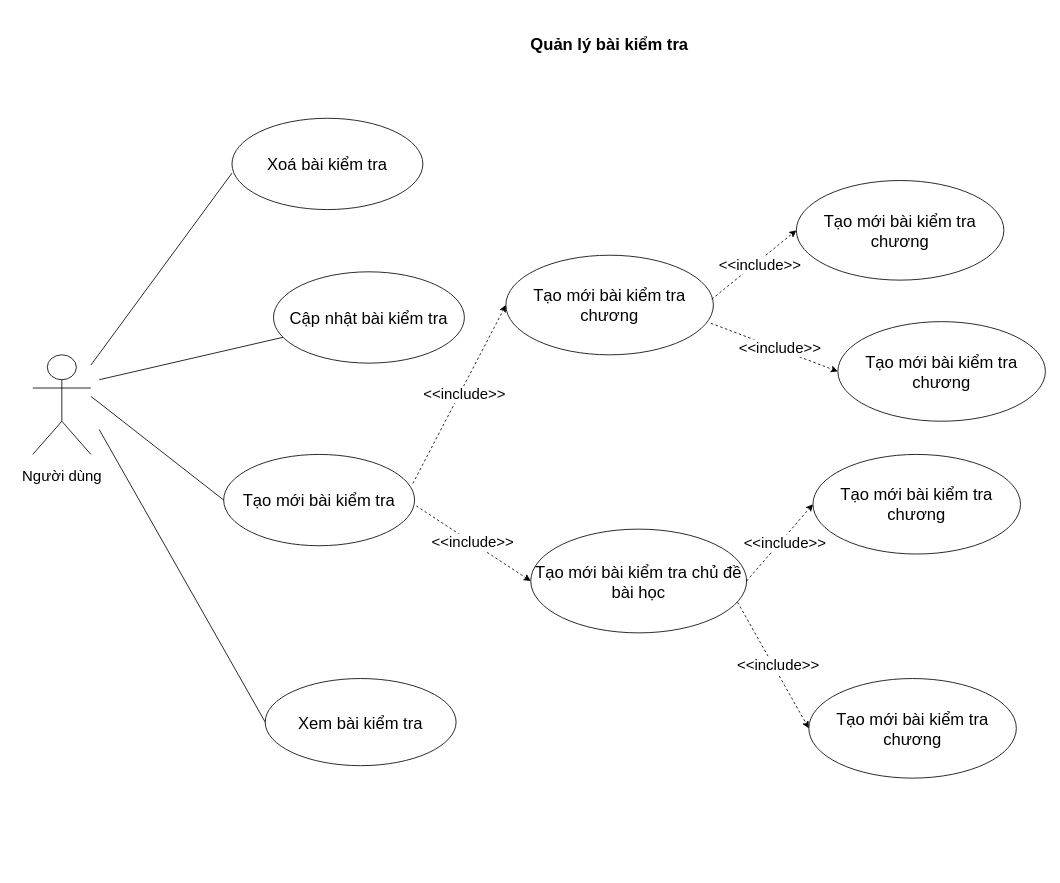
This is page "Use case test" (3 of 4) of src/Untitled Diagram.drawio from Thuong911/vietStudy, a draw.io file, before an edit. Source tidied: cells renumbered, new cells numbered last; positions are measured from the earlier drawing's top-left corner, leaving out a move shared by most shapes. Both pictures are drawn from the tidied source at 83%, with x=0, y=0 at pixel (32, 14).
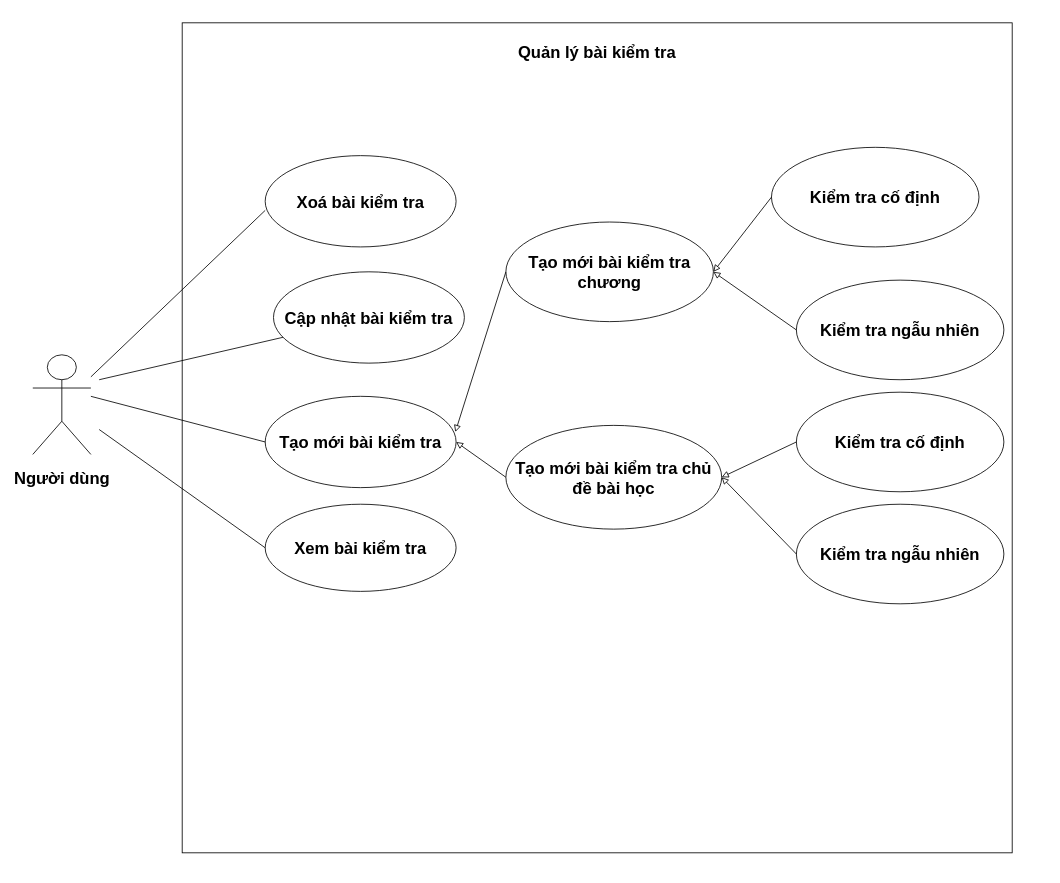
The same page after the edit.

What changed in the source:
```diff
@@
-    <mxCell id="2" value="&lt;h2 style=&quot;font-size: 20px&quot;&gt;Quản lý bài kiểm tra&lt;/h2&gt;" style="whiteSpace=wrap;html=1;rounded=0;shadow=0;sketch=0;verticalAlign=top;fontSize=20;dashed=1;strokeColor=none;" parent="1" vertex="1">
-      <mxGeometry x="180" width="1030" height="1030" as="geometry" />
+    <mxCell id="2" value="&lt;h2 style=&quot;font-size: 20px&quot;&gt;Quản lý bài kiểm tra&lt;/h2&gt;" style="whiteSpace=wrap;html=1;rounded=0;shadow=0;sketch=0;verticalAlign=top;fontSize=20;fontStyle=1;" parent="1" vertex="1">
+      <mxGeometry x="180" y="10" width="1000" height="1000" as="geometry" />
     </mxCell>
-    <mxCell id="3" value="&lt;p style=&quot;font-size: 18px ; line-height: 20%&quot;&gt;&lt;font style=&quot;font-size: 18px&quot;&gt;Người &lt;/font&gt;&lt;font style=&quot;font-size: 18px&quot;&gt;dùng&lt;/font&gt;&lt;/p&gt;" style="shape=umlActor;verticalLabelPosition=bottom;verticalAlign=top;html=1;outlineConnect=0;rounded=0;shadow=0;sketch=0;" parent="1" vertex="1">
+    <mxCell id="3" value="&lt;p style=&quot;font-size: 20px; line-height: 20%;&quot;&gt;&lt;font style=&quot;font-size: 20px;&quot;&gt;Người &lt;/font&gt;&lt;font style=&quot;font-size: 20px;&quot;&gt;dùng&lt;/font&gt;&lt;/p&gt;" style="shape=umlActor;verticalLabelPosition=bottom;verticalAlign=top;html=1;outlineConnect=0;rounded=0;shadow=0;sketch=0;fontStyle=1;fontSize=20;" parent="1" vertex="1">
       <mxGeometry y="410" width="70" height="120" as="geometry" />
     </mxCell>
-    <mxCell id="4" value="Xoá bài kiểm tra" style="ellipse;whiteSpace=wrap;html=1;rounded=0;shadow=0;sketch=0;fontSize=20;verticalAlign=middle;align=center;" parent="1" vertex="1">
-      <mxGeometry x="240" y="125" width="230" height="110" as="geometry" />
+    <mxCell id="4" value="Xoá bài kiểm tra" style="ellipse;whiteSpace=wrap;html=1;rounded=0;shadow=0;sketch=0;fontSize=20;verticalAlign=middle;align=center;fontStyle=1;" parent="1" vertex="1">
+      <mxGeometry x="280" y="170" width="230" height="110" as="geometry" />
     </mxCell>
-    <mxCell id="5" value="Cập nhật bài kiểm tra" style="ellipse;whiteSpace=wrap;html=1;rounded=0;shadow=0;sketch=0;fontSize=20;verticalAlign=middle;align=center;" parent="1" vertex="1">
+    <mxCell id="5" value="Cập nhật bài kiểm tra" style="ellipse;whiteSpace=wrap;html=1;rounded=0;shadow=0;sketch=0;fontSize=20;verticalAlign=middle;align=center;fontStyle=1;" parent="1" vertex="1">
       <mxGeometry x="290" y="310" width="230" height="110" as="geometry" />
     </mxCell>
-    <mxCell id="6" value="Xem bài kiểm tra" style="ellipse;whiteSpace=wrap;html=1;rounded=0;shadow=0;sketch=0;fontSize=20;verticalAlign=middle;align=center;" parent="1" vertex="1">
-      <mxGeometry x="280" y="800" width="230" height="105" as="geometry" />
+    <mxCell id="6" value="Xem bài kiểm tra" style="ellipse;whiteSpace=wrap;html=1;rounded=0;shadow=0;sketch=0;fontSize=20;verticalAlign=middle;align=center;fontStyle=1;" parent="1" vertex="1">
+      <mxGeometry x="280" y="590" width="230" height="105" as="geometry" />
     </mxCell>
-    <mxCell id="7" value="Tạo mới bài kiểm tra" style="ellipse;whiteSpace=wrap;html=1;rounded=0;shadow=0;sketch=0;fontSize=20;verticalAlign=middle;align=center;" parent="1" vertex="1">
-      <mxGeometry x="230" y="530" width="230" height="110" as="geometry" />
+    <mxCell id="7" value="Tạo mới bài kiểm tra" style="ellipse;whiteSpace=wrap;html=1;rounded=0;shadow=0;sketch=0;fontSize=20;verticalAlign=middle;align=center;fontStyle=1;" parent="1" vertex="1">
+      <mxGeometry x="280" y="460" width="230" height="110" as="geometry" />
     </mxCell>
-    <mxCell id="8" style="endArrow=none;html=1;fontSize=20;entryX=0;entryY=0.5;entryDx=0;entryDy=0;" parent="1" edge="1" target="6">
+    <mxCell id="8" style="endArrow=none;html=1;fontSize=20;entryX=0;entryY=0.5;entryDx=0;entryDy=0;fontStyle=1;" parent="1" edge="1" target="6">
       <mxGeometry relative="1" as="geometry">
         <mxPoint x="80" y="500" as="sourcePoint" />
       </mxGeometry>
     </mxCell>
-    <mxCell id="9" style="endArrow=none;html=1;fontSize=20;entryX=0;entryY=0.6;entryDx=0;entryDy=0;entryPerimeter=0;" parent="1" edge="1" source="3" target="4">
+    <mxCell id="9" style="endArrow=none;html=1;fontSize=20;entryX=0;entryY=0.6;entryDx=0;entryDy=0;entryPerimeter=0;fontStyle=1;" parent="1" edge="1" source="3" target="4">
       <mxGeometry relative="1" as="geometry" />
     </mxCell>
-    <mxCell id="10" style="endArrow=none;html=1;fontSize=20;entryX=0;entryY=0.5;entryDx=0;entryDy=0;" parent="1" edge="1" target="7">
+    <mxCell id="10" style="endArrow=none;html=1;fontSize=20;entryX=0;entryY=0.5;entryDx=0;entryDy=0;fontStyle=1;" parent="1" edge="1" target="7">
       <mxGeometry relative="1" as="geometry">
         <mxPoint x="70" y="460" as="sourcePoint" />
       </mxGeometry>
     </mxCell>
-    <mxCell id="11" style="endArrow=none;html=1;fontSize=20;" parent="1" edge="1" target="5">
+    <mxCell id="11" style="endArrow=none;html=1;fontSize=20;fontStyle=1;" parent="1" edge="1" target="5">
       <mxGeometry relative="1" as="geometry">
         <mxPoint x="80" y="440" as="sourcePoint" />
       </mxGeometry>
     </mxCell>
-    <mxCell id="12" value="Tạo mới bài kiểm tra chương" style="ellipse;whiteSpace=wrap;html=1;rounded=0;shadow=0;sketch=0;fontSize=20;verticalAlign=middle;align=center;" parent="1" vertex="1">
-      <mxGeometry x="570" y="290" width="250" height="120" as="geometry" />
+    <mxCell id="12" value="Tạo mới bài kiểm tra chương" style="ellipse;whiteSpace=wrap;html=1;rounded=0;shadow=0;sketch=0;fontSize=20;verticalAlign=middle;align=center;fontStyle=1;" parent="1" vertex="1">
+      <mxGeometry x="570" y="250" width="250" height="120" as="geometry" />
     </mxCell>
-    <mxCell id="13" value="Tạo mới bài kiểm tra chủ đề bài học" style="ellipse;whiteSpace=wrap;html=1;rounded=0;shadow=0;sketch=0;fontSize=20;verticalAlign=middle;align=center;" parent="1" vertex="1">
-      <mxGeometry x="600" y="620" width="260" height="125" as="geometry" />
+    <mxCell id="13" value="Tạo mới bài kiểm tra chủ đề bài học" style="ellipse;whiteSpace=wrap;html=1;rounded=0;shadow=0;sketch=0;fontSize=20;verticalAlign=middle;align=center;fontStyle=1;" parent="1" vertex="1">
+      <mxGeometry x="570" y="495" width="260" height="125" as="geometry" />
     </mxCell>
-    <mxCell id="14" style="endArrow=classic;html=1;dashed=1;exitX=0.991;exitY=0.318;exitDx=0;exitDy=0;entryX=0;entryY=0.5;entryDx=0;entryDy=0;exitPerimeter=0;" parent="1" edge="1" source="7" target="12">
-      <mxGeometry relative="1" as="geometry" />
-    </mxCell>
-    <mxCell id="15" value="&amp;lt;&amp;lt;include&amp;gt;&amp;gt;" style="edgeLabel;html=1;align=center;verticalAlign=middle;fontSize=18;fontFamily=Helvetica;" parent="14" vertex="1">
-      <mxGeometry relative="1" as="geometry">
-        <mxPoint x="6" as="offset" />
-      </mxGeometry>
-    </mxCell>
-    <mxCell id="16" style="endArrow=classic;html=1;dashed=1;entryX=0;entryY=0.5;entryDx=0;entryDy=0;exitX=1.009;exitY=0.564;exitDx=0;exitDy=0;exitPerimeter=0;" parent="1" edge="1" source="7" target="13">
-      <mxGeometry relative="1" as="geometry" />
-    </mxCell>
-    <mxCell id="17" value="&amp;lt;&amp;lt;include&amp;gt;&amp;gt;" style="edgeLabel;html=1;align=center;verticalAlign=middle;fontSize=18;fontFamily=Helvetica;" parent="16" vertex="1">
-      <mxGeometry relative="1" as="geometry">
-        <mxPoint x="-1" y="-2" as="offset" />
-      </mxGeometry>
-    </mxCell>
-    <mxCell id="18" value="Tạo mới bài kiểm tra chương" style="ellipse;whiteSpace=wrap;html=1;rounded=0;shadow=0;sketch=0;fontSize=20;verticalAlign=middle;align=center;" parent="1" vertex="1">
-      <mxGeometry x="920" y="200" width="250" height="120" as="geometry" />
+    <mxCell id="18" value="Kiểm tra cố định" style="ellipse;whiteSpace=wrap;html=1;rounded=0;shadow=0;sketch=0;fontSize=20;verticalAlign=middle;align=center;fontStyle=1;" parent="1" vertex="1">
+      <mxGeometry x="890" y="160" width="250" height="120" as="geometry" />
     </mxCell>
-    <mxCell id="19" value="Tạo mới bài kiểm tra chương" style="ellipse;whiteSpace=wrap;html=1;rounded=0;shadow=0;sketch=0;fontSize=20;verticalAlign=middle;align=center;" parent="1" vertex="1">
-      <mxGeometry x="970" y="370" width="250" height="120" as="geometry" />
+    <mxCell id="19" value="Kiểm tra ngẫu nhiên" style="ellipse;whiteSpace=wrap;html=1;rounded=0;shadow=0;sketch=0;fontSize=20;verticalAlign=middle;align=center;fontStyle=1;" parent="1" vertex="1">
+      <mxGeometry x="920" y="320" width="250" height="120" as="geometry" />
     </mxCell>
-    <mxCell id="20" value="Tạo mới bài kiểm tra chương" style="ellipse;whiteSpace=wrap;html=1;rounded=0;shadow=0;sketch=0;fontSize=20;verticalAlign=middle;align=center;" parent="1" vertex="1">
-      <mxGeometry x="940" y="530" width="250" height="120" as="geometry" />
+    <mxCell id="20" value="Kiểm tra cố định" style="ellipse;whiteSpace=wrap;html=1;rounded=0;shadow=0;sketch=0;fontSize=20;verticalAlign=middle;align=center;fontStyle=1;" parent="1" vertex="1">
+      <mxGeometry x="920" y="455" width="250" height="120" as="geometry" />
     </mxCell>
-    <mxCell id="21" value="Tạo mới bài kiểm tra chương" style="ellipse;whiteSpace=wrap;html=1;rounded=0;shadow=0;sketch=0;fontSize=20;verticalAlign=middle;align=center;" parent="1" vertex="1">
-      <mxGeometry x="935" y="800" width="250" height="120" as="geometry" />
+    <mxCell id="21" value="Kiểm tra ngẫu nhiên" style="ellipse;whiteSpace=wrap;html=1;rounded=0;shadow=0;sketch=0;fontSize=20;verticalAlign=middle;align=center;fontStyle=1;" parent="1" vertex="1">
+      <mxGeometry x="920" y="590" width="250" height="120" as="geometry" />
     </mxCell>
-    <mxCell id="22" style="endArrow=classic;html=1;dashed=1;exitX=0.992;exitY=0.442;exitDx=0;exitDy=0;exitPerimeter=0;entryX=0;entryY=0.5;entryDx=0;entryDy=0;" parent="1" edge="1" source="12" target="18">
-      <mxGeometry relative="1" as="geometry" />
-    </mxCell>
-    <mxCell id="23" value="&amp;lt;&amp;lt;include&amp;gt;&amp;gt;" style="edgeLabel;html=1;align=center;verticalAlign=middle;fontSize=18;fontFamily=Helvetica;" parent="22" vertex="1">
-      <mxGeometry relative="1" as="geometry">
-        <mxPoint x="6" as="offset" />
-      </mxGeometry>
-    </mxCell>
-    <mxCell id="24" style="endArrow=classic;html=1;dashed=1;exitX=1;exitY=0.5;exitDx=0;exitDy=0;entryX=0;entryY=0.5;entryDx=0;entryDy=0;" parent="1" edge="1" source="13" target="20">
-      <mxGeometry relative="1" as="geometry" />
-    </mxCell>
-    <mxCell id="25" value="&amp;lt;&amp;lt;include&amp;gt;&amp;gt;" style="edgeLabel;html=1;align=center;verticalAlign=middle;fontSize=18;fontFamily=Helvetica;" parent="24" vertex="1">
-      <mxGeometry relative="1" as="geometry">
-        <mxPoint x="6" as="offset" />
-      </mxGeometry>
-    </mxCell>
-    <mxCell id="26" style="endArrow=classic;html=1;dashed=1;exitX=0.988;exitY=0.683;exitDx=0;exitDy=0;entryX=0;entryY=0.5;entryDx=0;entryDy=0;exitPerimeter=0;" parent="1" edge="1" source="12" target="19">
-      <mxGeometry relative="1" as="geometry" />
-    </mxCell>
-    <mxCell id="27" value="&amp;lt;&amp;lt;include&amp;gt;&amp;gt;" style="edgeLabel;html=1;align=center;verticalAlign=middle;fontSize=18;fontFamily=Helvetica;" parent="26" vertex="1">
-      <mxGeometry relative="1" as="geometry">
-        <mxPoint x="6" as="offset" />
-      </mxGeometry>
-    </mxCell>
-    <mxCell id="28" style="endArrow=classic;html=1;dashed=1;exitX=0.958;exitY=0.704;exitDx=0;exitDy=0;entryX=0;entryY=0.5;entryDx=0;entryDy=0;exitPerimeter=0;" parent="1" edge="1" source="13" target="21">
-      <mxGeometry relative="1" as="geometry" />
-    </mxCell>
-    <mxCell id="29" value="&amp;lt;&amp;lt;include&amp;gt;&amp;gt;" style="edgeLabel;html=1;align=center;verticalAlign=middle;fontSize=18;fontFamily=Helvetica;" parent="28" vertex="1">
-      <mxGeometry relative="1" as="geometry">
-        <mxPoint x="6" as="offset" />
-      </mxGeometry>
-    </mxCell>
+    <mxCell id="30" style="endArrow=block;html=1;endFill=0;fontSize=20;exitX=0;exitY=0.5;exitDx=0;exitDy=0;fontStyle=1;entryX=1;entryY=0.5;entryDx=0;entryDy=0;" parent="1" edge="1" source="13" target="7">
+      <mxGeometry relative="1" as="geometry" />
+    </mxCell>
+    <mxCell id="31" style="endArrow=block;html=1;endFill=0;entryX=0.996;entryY=0.391;entryDx=0;entryDy=0;entryPerimeter=0;fontSize=20;fontStyle=1;exitX=0;exitY=0.5;exitDx=0;exitDy=0;" parent="1" edge="1" source="12" target="7">
+      <mxGeometry relative="1" as="geometry" />
+    </mxCell>
+    <mxCell id="32" style="endArrow=block;html=1;endFill=0;entryX=1;entryY=0.5;entryDx=0;entryDy=0;fontSize=20;fontStyle=1;exitX=0;exitY=0.5;exitDx=0;exitDy=0;" parent="1" edge="1" source="18" target="12">
+      <mxGeometry relative="1" as="geometry" />
+    </mxCell>
+    <mxCell id="33" style="endArrow=block;html=1;endFill=0;entryX=1;entryY=0.5;entryDx=0;entryDy=0;fontSize=20;fontStyle=1;exitX=0;exitY=0.5;exitDx=0;exitDy=0;" parent="1" edge="1" source="19" target="12">
+      <mxGeometry relative="1" as="geometry" />
+    </mxCell>
+    <mxCell id="34" style="endArrow=block;html=1;endFill=0;fontSize=20;fontStyle=1;exitX=0;exitY=0.5;exitDx=0;exitDy=0;entryX=1;entryY=0.5;entryDx=0;entryDy=0;" parent="1" edge="1" source="20" target="13">
+      <mxGeometry relative="1" as="geometry" />
+    </mxCell>
+    <mxCell id="35" style="endArrow=block;html=1;endFill=0;entryX=1;entryY=0.5;entryDx=0;entryDy=0;fontSize=20;fontStyle=1;exitX=0;exitY=0.5;exitDx=0;exitDy=0;" parent="1" edge="1" source="21" target="13">
+      <mxGeometry relative="1" as="geometry" />
+    </mxCell>
```
